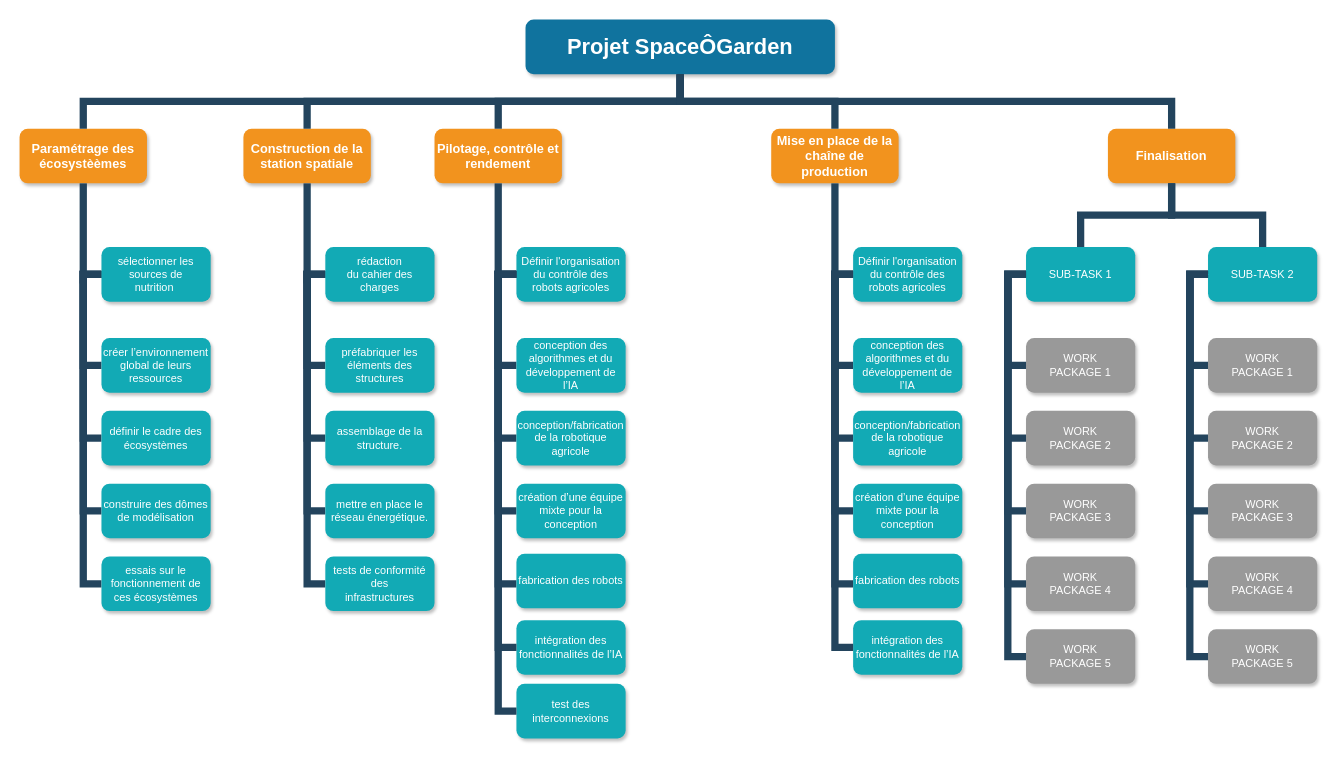
The draw.io diagram WBS.drawio in tom-cechura/testrepo, before the edit. Source tidied: cells renumbered, new cells numbered last; positions are measured from the earlier drawing's top-left corner, leaving out a move shared by most shapes. Both pictures are drawn from the tidied source at 91%, with x=0, y=0 at pixel (19, 19).
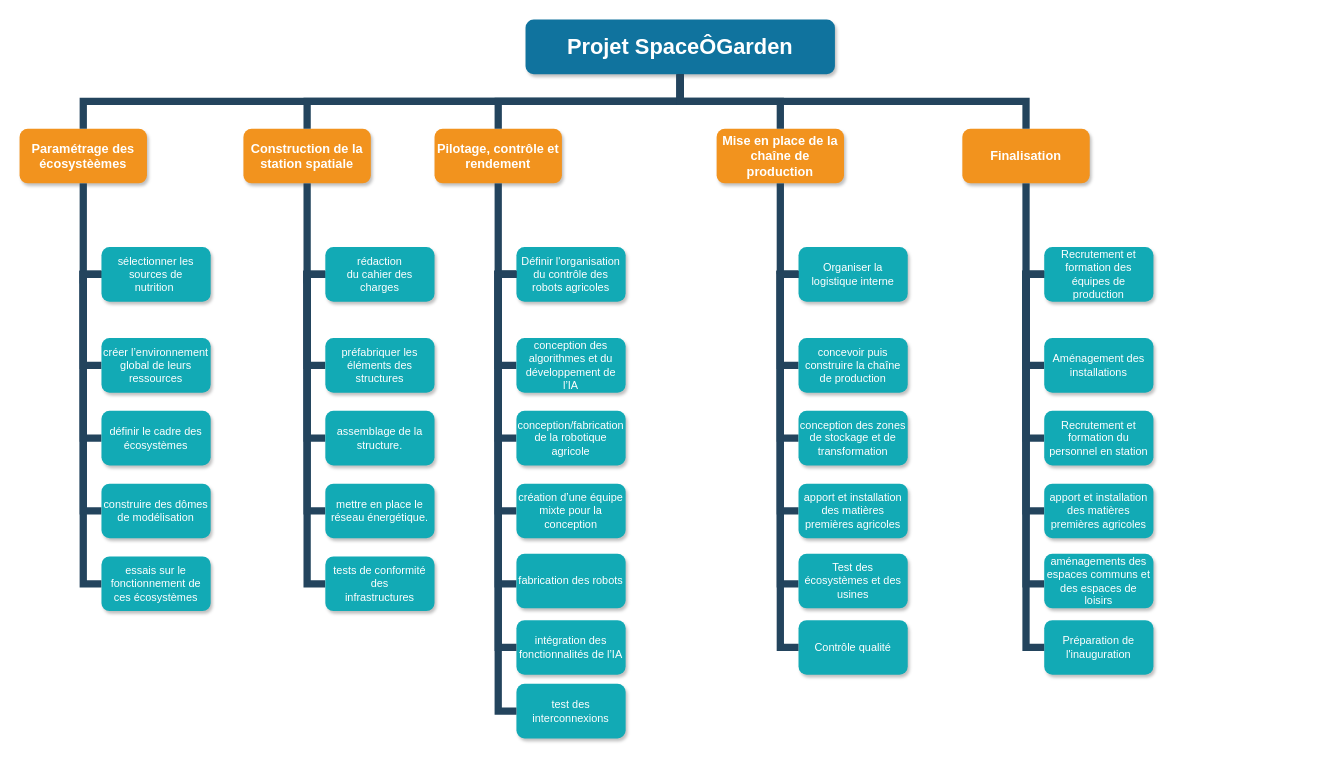
Above is the later version.

What changed in the source:
```diff
@@
     <mxCell id="6" value="Mise en place de la chaîne de production" style="whiteSpace=wrap;rounded=1;fillColor=#F2931E;strokeColor=none;shadow=1;fontColor=#FFFFFF;fontStyle=1;fontSize=14;" parent="1" vertex="1">
-      <mxGeometry x="826" y="120" width="140" height="60" as="geometry" />
+      <mxGeometry x="766" y="120" width="140" height="60" as="geometry" />
     </mxCell>
     <mxCell id="7" value="Finalisation" style="whiteSpace=wrap;rounded=1;fillColor=#F2931E;strokeColor=none;shadow=1;fontColor=#FFFFFF;fontStyle=1;fontSize=14;" parent="1" vertex="1">
-      <mxGeometry x="1196" y="120" width="140" height="60" as="geometry" />
+      <mxGeometry x="1036" y="120" width="140" height="60" as="geometry" />
     </mxCell>
@@
-    <mxCell id="14" value="SUB-TASK 1" style="whiteSpace=wrap;rounded=1;fillColor=#12AAB5;strokeColor=none;shadow=1;fontColor=#FFFFFF;" parent="1" vertex="1">
-      <mxGeometry x="1106" y="250" width="120" height="60" as="geometry" />
-    </mxCell>
-    <mxCell id="15" value="SUB-TASK 2" style="whiteSpace=wrap;rounded=1;fillColor=#12AAB5;strokeColor=none;shadow=1;fontColor=#FFFFFF;" parent="1" vertex="1">
-      <mxGeometry x="1306" y="250" width="120" height="60" as="geometry" />
-    </mxCell>
-    <mxCell id="16" value="WORK&#10;PACKAGE 1" style="whiteSpace=wrap;rounded=1;fillColor=#999999;strokeColor=none;shadow=1;fontColor=#FFFFFF;fontStyle=0;" parent="1" vertex="1">
-      <mxGeometry x="1106" y="350" width="120" height="60" as="geometry" />
-    </mxCell>
-    <mxCell id="17" value="WORK&#10;PACKAGE 2" style="whiteSpace=wrap;rounded=1;fillColor=#999999;strokeColor=none;shadow=1;fontColor=#FFFFFF;fontStyle=0;" parent="1" vertex="1">
-      <mxGeometry x="1106" y="430" width="120" height="60" as="geometry" />
-    </mxCell>
-    <mxCell id="18" value="WORK&#10;PACKAGE 3" style="whiteSpace=wrap;rounded=1;fillColor=#999999;strokeColor=none;shadow=1;fontColor=#FFFFFF;fontStyle=0;" parent="1" vertex="1">
-      <mxGeometry x="1106" y="510" width="120" height="60" as="geometry" />
-    </mxCell>
-    <mxCell id="19" value="WORK&#10;PACKAGE 4" style="whiteSpace=wrap;rounded=1;fillColor=#999999;strokeColor=none;shadow=1;fontColor=#FFFFFF;fontStyle=0;" parent="1" vertex="1">
-      <mxGeometry x="1106" y="590" width="120" height="60" as="geometry" />
-    </mxCell>
-    <mxCell id="20" value="WORK&#10;PACKAGE 5" style="whiteSpace=wrap;rounded=1;fillColor=#999999;strokeColor=none;shadow=1;fontColor=#FFFFFF;fontStyle=0;" parent="1" vertex="1">
-      <mxGeometry x="1106" y="670" width="120" height="60" as="geometry" />
-    </mxCell>
-    <mxCell id="21" value="WORK&#10;PACKAGE 1" style="whiteSpace=wrap;rounded=1;fillColor=#999999;strokeColor=none;shadow=1;fontColor=#FFFFFF;fontStyle=0;" parent="1" vertex="1">
-      <mxGeometry x="1306" y="350" width="120" height="60" as="geometry" />
-    </mxCell>
-    <mxCell id="22" value="WORK&#10;PACKAGE 2" style="whiteSpace=wrap;rounded=1;fillColor=#999999;strokeColor=none;shadow=1;fontColor=#FFFFFF;fontStyle=0;" parent="1" vertex="1">
-      <mxGeometry x="1306" y="430" width="120" height="60" as="geometry" />
-    </mxCell>
-    <mxCell id="23" value="WORK&#10;PACKAGE 3" style="whiteSpace=wrap;rounded=1;fillColor=#999999;strokeColor=none;shadow=1;fontColor=#FFFFFF;fontStyle=0;" parent="1" vertex="1">
-      <mxGeometry x="1306" y="510" width="120" height="60" as="geometry" />
-    </mxCell>
-    <mxCell id="24" value="WORK&#10;PACKAGE 4" style="whiteSpace=wrap;rounded=1;fillColor=#999999;strokeColor=none;shadow=1;fontColor=#FFFFFF;fontStyle=0;" parent="1" vertex="1">
-      <mxGeometry x="1306" y="590" width="120" height="60" as="geometry" />
-    </mxCell>
-    <mxCell id="25" value="WORK&#10;PACKAGE 5" style="whiteSpace=wrap;rounded=1;fillColor=#999999;strokeColor=none;shadow=1;fontColor=#FFFFFF;fontStyle=0;" parent="1" vertex="1">
-      <mxGeometry x="1306" y="670" width="120" height="60" as="geometry" />
-    </mxCell>
-    <mxCell id="26" style="edgeStyle=elbowEdgeStyle;elbow=horizontal;rounded=0;fontColor=#000000;endArrow=none;endFill=0;strokeWidth=8;strokeColor=#23445D;" parent="1" edge="1" source="14" target="16">
-      <mxGeometry relative="1" as="geometry">
-        <Array as="points">
-          <mxPoint x="1086" y="330" />
-        </Array>
-      </mxGeometry>
-    </mxCell>
-    <mxCell id="27" style="edgeStyle=elbowEdgeStyle;elbow=horizontal;rounded=0;fontColor=#000000;endArrow=none;endFill=0;strokeWidth=8;strokeColor=#23445D;" parent="1" edge="1" source="14" target="17">
-      <mxGeometry relative="1" as="geometry">
-        <Array as="points">
-          <mxPoint x="1086" y="370" />
-        </Array>
-      </mxGeometry>
-    </mxCell>
-    <mxCell id="28" style="edgeStyle=elbowEdgeStyle;elbow=horizontal;rounded=0;fontColor=#000000;endArrow=none;endFill=0;strokeWidth=8;strokeColor=#23445D;" parent="1" edge="1" source="14" target="20">
-      <mxGeometry relative="1" as="geometry">
-        <Array as="points">
-          <mxPoint x="1086" y="500" />
-        </Array>
-      </mxGeometry>
-    </mxCell>
-    <mxCell id="29" style="edgeStyle=elbowEdgeStyle;elbow=horizontal;rounded=0;fontColor=#000000;endArrow=none;endFill=0;strokeWidth=8;strokeColor=#23445D;" parent="1" edge="1" source="14" target="19">
-      <mxGeometry relative="1" as="geometry">
-        <Array as="points">
-          <mxPoint x="1086" y="450" />
-        </Array>
-      </mxGeometry>
-    </mxCell>
-    <mxCell id="30" style="edgeStyle=elbowEdgeStyle;elbow=horizontal;rounded=0;fontColor=#000000;endArrow=none;endFill=0;strokeWidth=8;strokeColor=#23445D;" parent="1" edge="1" source="14" target="18">
-      <mxGeometry relative="1" as="geometry">
-        <Array as="points">
-          <mxPoint x="1086" y="420" />
-        </Array>
-      </mxGeometry>
-    </mxCell>
-    <mxCell id="31" style="edgeStyle=elbowEdgeStyle;elbow=horizontal;rounded=0;fontColor=#000000;endArrow=none;endFill=0;strokeWidth=8;strokeColor=#23445D;" parent="1" edge="1" source="15" target="21">
-      <mxGeometry relative="1" as="geometry">
-        <Array as="points">
-          <mxPoint x="1286" y="330" />
-        </Array>
-      </mxGeometry>
-    </mxCell>
-    <mxCell id="32" style="edgeStyle=elbowEdgeStyle;elbow=horizontal;rounded=0;fontColor=#000000;endArrow=none;endFill=0;strokeWidth=8;strokeColor=#23445D;" parent="1" edge="1" source="15" target="22">
-      <mxGeometry relative="1" as="geometry">
-        <Array as="points">
-          <mxPoint x="1286" y="370" />
-        </Array>
-      </mxGeometry>
-    </mxCell>
-    <mxCell id="33" style="edgeStyle=elbowEdgeStyle;elbow=horizontal;rounded=0;fontColor=#000000;endArrow=none;endFill=0;strokeWidth=8;strokeColor=#23445D;" parent="1" edge="1" source="15" target="25">
-      <mxGeometry relative="1" as="geometry">
-        <Array as="points">
-          <mxPoint x="1286" y="490" />
-        </Array>
-      </mxGeometry>
-    </mxCell>
-    <mxCell id="34" style="edgeStyle=elbowEdgeStyle;elbow=horizontal;rounded=0;fontColor=#000000;endArrow=none;endFill=0;strokeWidth=8;strokeColor=#23445D;" parent="1" edge="1" source="15" target="24">
-      <mxGeometry relative="1" as="geometry">
-        <Array as="points">
-          <mxPoint x="1286" y="450" />
-        </Array>
-      </mxGeometry>
-    </mxCell>
-    <mxCell id="35" style="edgeStyle=elbowEdgeStyle;elbow=horizontal;rounded=0;fontColor=#000000;endArrow=none;endFill=0;strokeWidth=8;strokeColor=#23445D;" parent="1" edge="1" source="15" target="23">
-      <mxGeometry relative="1" as="geometry">
-        <Array as="points">
-          <mxPoint x="1286" y="420" />
-        </Array>
-      </mxGeometry>
-    </mxCell>
@@
     <mxCell id="37" style="edgeStyle=elbowEdgeStyle;elbow=vertical;rounded=0;fontColor=#000000;endArrow=none;endFill=0;strokeWidth=8;strokeColor=#23445D;" parent="1" edge="1" source="6">
       <mxGeometry relative="1" as="geometry">
-        <mxPoint x="896" y="280" as="targetPoint" />
+        <mxPoint x="836" y="280" as="targetPoint" />
       </mxGeometry>
     </mxCell>
-    <mxCell id="38" style="edgeStyle=elbowEdgeStyle;elbow=vertical;rounded=0;fontColor=#000000;endArrow=none;endFill=0;strokeWidth=8;strokeColor=#23445D;" parent="1" edge="1" source="7" target="14">
-      <mxGeometry relative="1" as="geometry" />
+    <mxCell id="38" style="edgeStyle=elbowEdgeStyle;elbow=vertical;rounded=0;fontColor=#000000;endArrow=none;endFill=0;strokeWidth=8;strokeColor=#23445D;" parent="1" edge="1" source="7">
+      <mxGeometry relative="1" as="geometry">
+        <mxPoint x="1106" y="280" as="targetPoint" />
+      </mxGeometry>
     </mxCell>
-    <mxCell id="39" style="edgeStyle=elbowEdgeStyle;elbow=vertical;rounded=0;fontColor=#000000;endArrow=none;endFill=0;strokeWidth=8;strokeColor=#23445D;" parent="1" edge="1" source="7" target="15">
-      <mxGeometry relative="1" as="geometry" />
-    </mxCell>
@@
     <mxCell id="70" style="edgeStyle=elbowEdgeStyle;elbow=horizontal;rounded=0;fontColor=#000000;endArrow=none;endFill=0;strokeWidth=8;strokeColor=#23445D;" parent="1" edge="1">
       <mxGeometry relative="1" as="geometry">
-        <mxPoint x="916" y="280" as="sourcePoint" />
-        <mxPoint x="916" y="380" as="targetPoint" />
+        <mxPoint x="856" y="280" as="sourcePoint" />
+        <mxPoint x="856" y="380" as="targetPoint" />
         <Array as="points">
-          <mxPoint x="896" y="330" />
+          <mxPoint x="836" y="330" />
         </Array>
       </mxGeometry>
     </mxCell>
     <mxCell id="71" style="edgeStyle=elbowEdgeStyle;elbow=horizontal;rounded=0;fontColor=#000000;endArrow=none;endFill=0;strokeWidth=8;strokeColor=#23445D;" parent="1" edge="1">
       <mxGeometry relative="1" as="geometry">
-        <mxPoint x="916" y="280" as="sourcePoint" />
-        <mxPoint x="916" y="460" as="targetPoint" />
+        <mxPoint x="856" y="280" as="sourcePoint" />
+        <mxPoint x="856" y="460" as="targetPoint" />
         <Array as="points">
-          <mxPoint x="896" y="350" />
+          <mxPoint x="836" y="350" />
         </Array>
       </mxGeometry>
     </mxCell>
     <mxCell id="72" style="edgeStyle=elbowEdgeStyle;elbow=horizontal;rounded=0;fontColor=#000000;endArrow=none;endFill=0;strokeWidth=8;strokeColor=#23445D;" parent="1" edge="1">
       <mxGeometry relative="1" as="geometry">
-        <mxPoint x="916" y="280" as="sourcePoint" />
-        <mxPoint x="916" y="620" as="targetPoint" />
+        <mxPoint x="856" y="280" as="sourcePoint" />
+        <mxPoint x="856" y="620" as="targetPoint" />
         <Array as="points">
-          <mxPoint x="896" y="360" />
+          <mxPoint x="836" y="360" />
         </Array>
       </mxGeometry>
     </mxCell>
     <mxCell id="73" style="edgeStyle=elbowEdgeStyle;elbow=horizontal;rounded=0;fontColor=#000000;endArrow=none;endFill=0;strokeWidth=8;strokeColor=#23445D;" parent="1" edge="1">
       <mxGeometry relative="1" as="geometry">
-        <mxPoint x="916" y="280" as="sourcePoint" />
-        <mxPoint x="916" y="540" as="targetPoint" />
+        <mxPoint x="856" y="280" as="sourcePoint" />
+        <mxPoint x="856" y="540" as="targetPoint" />
         <Array as="points">
-          <mxPoint x="896" y="380" />
+          <mxPoint x="836" y="380" />
         </Array>
       </mxGeometry>
     </mxCell>
-    <mxCell id="74" value="Définir l'organisation du contrôle des robots agricoles" style="whiteSpace=wrap;rounded=1;fillColor=#12AAB5;strokeColor=none;shadow=1;fontColor=#FFFFFF;" parent="1" vertex="1">
-      <mxGeometry x="916" y="250" width="120" height="60" as="geometry" />
+    <mxCell id="74" value="Organiser la logistique interne" style="whiteSpace=wrap;rounded=1;fillColor=#12AAB5;strokeColor=none;shadow=1;fontColor=#FFFFFF;" parent="1" vertex="1">
+      <mxGeometry x="856" y="250" width="120" height="60" as="geometry" />
     </mxCell>
-    <mxCell id="75" value="conception des&#10;algorithmes et du développement de l’IA" style="whiteSpace=wrap;rounded=1;fillColor=#12AAB5;strokeColor=none;shadow=1;fontColor=#FFFFFF;" parent="1" vertex="1">
-      <mxGeometry x="916" y="350" width="120" height="60" as="geometry" />
+    <mxCell id="75" value="concevoir puis construire la chaîne de production" style="whiteSpace=wrap;rounded=1;fillColor=#12AAB5;strokeColor=none;shadow=1;fontColor=#FFFFFF;" parent="1" vertex="1">
+      <mxGeometry x="856" y="350" width="120" height="60" as="geometry" />
     </mxCell>
-    <mxCell id="76" value="conception/fabrication de la robotique agricole" style="whiteSpace=wrap;rounded=1;fillColor=#12AAB5;strokeColor=none;shadow=1;fontColor=#FFFFFF;" parent="1" vertex="1">
-      <mxGeometry x="916" y="430" width="120" height="60" as="geometry" />
+    <mxCell id="76" value="conception des zones de stockage et de transformation" style="whiteSpace=wrap;rounded=1;fillColor=#12AAB5;strokeColor=none;shadow=1;fontColor=#FFFFFF;" parent="1" vertex="1">
+      <mxGeometry x="856" y="430" width="120" height="60" as="geometry" />
     </mxCell>
-    <mxCell id="77" value="création d’une équipe mixte pour la conception" style="whiteSpace=wrap;rounded=1;fillColor=#12AAB5;strokeColor=none;shadow=1;fontColor=#FFFFFF;" parent="1" vertex="1">
-      <mxGeometry x="916" y="510" width="120" height="60" as="geometry" />
+    <mxCell id="77" value="apport et installation des matières premières agricoles" style="whiteSpace=wrap;rounded=1;fillColor=#12AAB5;strokeColor=none;shadow=1;fontColor=#FFFFFF;" parent="1" vertex="1">
+      <mxGeometry x="856" y="510" width="120" height="60" as="geometry" />
     </mxCell>
-    <mxCell id="78" value="fabrication des robots" style="whiteSpace=wrap;rounded=1;fillColor=#12AAB5;strokeColor=none;shadow=1;fontColor=#FFFFFF;" parent="1" vertex="1">
-      <mxGeometry x="916" y="587" width="120" height="60" as="geometry" />
+    <mxCell id="78" value="Test des écosystèmes et des usines" style="whiteSpace=wrap;rounded=1;fillColor=#12AAB5;strokeColor=none;shadow=1;fontColor=#FFFFFF;" parent="1" vertex="1">
+      <mxGeometry x="856" y="587" width="120" height="60" as="geometry" />
     </mxCell>
-    <mxCell id="79" value="intégration des fonctionnalités de l’IA" style="whiteSpace=wrap;rounded=1;fillColor=#12AAB5;strokeColor=none;shadow=1;fontColor=#FFFFFF;" parent="1" vertex="1">
-      <mxGeometry x="916" y="660" width="120" height="60" as="geometry" />
+    <mxCell id="79" value="Contrôle qualité" style="whiteSpace=wrap;rounded=1;fillColor=#12AAB5;strokeColor=none;shadow=1;fontColor=#FFFFFF;" parent="1" vertex="1">
+      <mxGeometry x="856" y="660" width="120" height="60" as="geometry" />
     </mxCell>
     <mxCell id="80" style="edgeStyle=elbowEdgeStyle;elbow=horizontal;rounded=0;fontColor=#000000;endArrow=none;endFill=0;strokeWidth=8;strokeColor=#23445D;entryX=0;entryY=0.5;entryDx=0;entryDy=0;" parent="1" edge="1" target="79">
       <mxGeometry relative="1" as="geometry">
-        <mxPoint x="916" y="280" as="sourcePoint" />
+        <mxPoint x="856" y="280" as="sourcePoint" />
         <Array as="points">
-          <mxPoint x="896" y="360" />
+          <mxPoint x="836" y="360" />
         </Array>
       </mxGeometry>
     </mxCell>
@@
+    <mxCell id="83" style="edgeStyle=elbowEdgeStyle;elbow=horizontal;rounded=0;fontColor=#000000;endArrow=none;endFill=0;strokeWidth=8;strokeColor=#23445D;" parent="1" edge="1">
+      <mxGeometry relative="1" as="geometry">
+        <mxPoint x="1126" y="280" as="sourcePoint" />
+        <mxPoint x="1126" y="380" as="targetPoint" />
+        <Array as="points">
+          <mxPoint x="1106" y="330" />
+        </Array>
+      </mxGeometry>
+    </mxCell>
+    <mxCell id="84" style="edgeStyle=elbowEdgeStyle;elbow=horizontal;rounded=0;fontColor=#000000;endArrow=none;endFill=0;strokeWidth=8;strokeColor=#23445D;" parent="1" edge="1">
+      <mxGeometry relative="1" as="geometry">
+        <mxPoint x="1126" y="280" as="sourcePoint" />
+        <mxPoint x="1126" y="460" as="targetPoint" />
+        <Array as="points">
+          <mxPoint x="1106" y="350" />
+        </Array>
+      </mxGeometry>
+    </mxCell>
+    <mxCell id="85" style="edgeStyle=elbowEdgeStyle;elbow=horizontal;rounded=0;fontColor=#000000;endArrow=none;endFill=0;strokeWidth=8;strokeColor=#23445D;" parent="1" edge="1">
+      <mxGeometry relative="1" as="geometry">
+        <mxPoint x="1126" y="280" as="sourcePoint" />
+        <mxPoint x="1126" y="620" as="targetPoint" />
+        <Array as="points">
+          <mxPoint x="1106" y="360" />
+        </Array>
+      </mxGeometry>
+    </mxCell>
+    <mxCell id="86" style="edgeStyle=elbowEdgeStyle;elbow=horizontal;rounded=0;fontColor=#000000;endArrow=none;endFill=0;strokeWidth=8;strokeColor=#23445D;" parent="1" edge="1">
+      <mxGeometry relative="1" as="geometry">
+        <mxPoint x="1126" y="280" as="sourcePoint" />
+        <mxPoint x="1126" y="540" as="targetPoint" />
+        <Array as="points">
+          <mxPoint x="1106" y="380" />
+        </Array>
+      </mxGeometry>
+    </mxCell>
+    <mxCell id="87" value="Recrutement et formation des équipes de production" style="whiteSpace=wrap;rounded=1;fillColor=#12AAB5;strokeColor=none;shadow=1;fontColor=#FFFFFF;" parent="1" vertex="1">
+      <mxGeometry x="1126" y="250" width="120" height="60" as="geometry" />
+    </mxCell>
+    <mxCell id="88" value="Aménagement des installations" style="whiteSpace=wrap;rounded=1;fillColor=#12AAB5;strokeColor=none;shadow=1;fontColor=#FFFFFF;" parent="1" vertex="1">
+      <mxGeometry x="1126" y="350" width="120" height="60" as="geometry" />
+    </mxCell>
+    <mxCell id="89" value="Recrutement et formation du personnel en station" style="whiteSpace=wrap;rounded=1;fillColor=#12AAB5;strokeColor=none;shadow=1;fontColor=#FFFFFF;" parent="1" vertex="1">
+      <mxGeometry x="1126" y="430" width="120" height="60" as="geometry" />
+    </mxCell>
+    <mxCell id="90" value="apport et installation des matières premières agricoles" style="whiteSpace=wrap;rounded=1;fillColor=#12AAB5;strokeColor=none;shadow=1;fontColor=#FFFFFF;" parent="1" vertex="1">
+      <mxGeometry x="1126" y="510" width="120" height="60" as="geometry" />
+    </mxCell>
+    <mxCell id="91" value="aménagements des espaces communs et des espaces de loisirs" style="whiteSpace=wrap;rounded=1;fillColor=#12AAB5;strokeColor=none;shadow=1;fontColor=#FFFFFF;" parent="1" vertex="1">
+      <mxGeometry x="1126" y="587" width="120" height="60" as="geometry" />
+    </mxCell>
+    <mxCell id="92" value="Préparation de l'inauguration" style="whiteSpace=wrap;rounded=1;fillColor=#12AAB5;strokeColor=none;shadow=1;fontColor=#FFFFFF;" parent="1" vertex="1">
+      <mxGeometry x="1126" y="660" width="120" height="60" as="geometry" />
+    </mxCell>
+    <mxCell id="93" style="edgeStyle=elbowEdgeStyle;elbow=horizontal;rounded=0;fontColor=#000000;endArrow=none;endFill=0;strokeWidth=8;strokeColor=#23445D;entryX=0;entryY=0.5;entryDx=0;entryDy=0;" parent="1" edge="1" target="92">
+      <mxGeometry relative="1" as="geometry">
+        <mxPoint x="1126" y="280" as="sourcePoint" />
+        <Array as="points">
+          <mxPoint x="1106" y="360" />
+        </Array>
+      </mxGeometry>
+    </mxCell>
```
